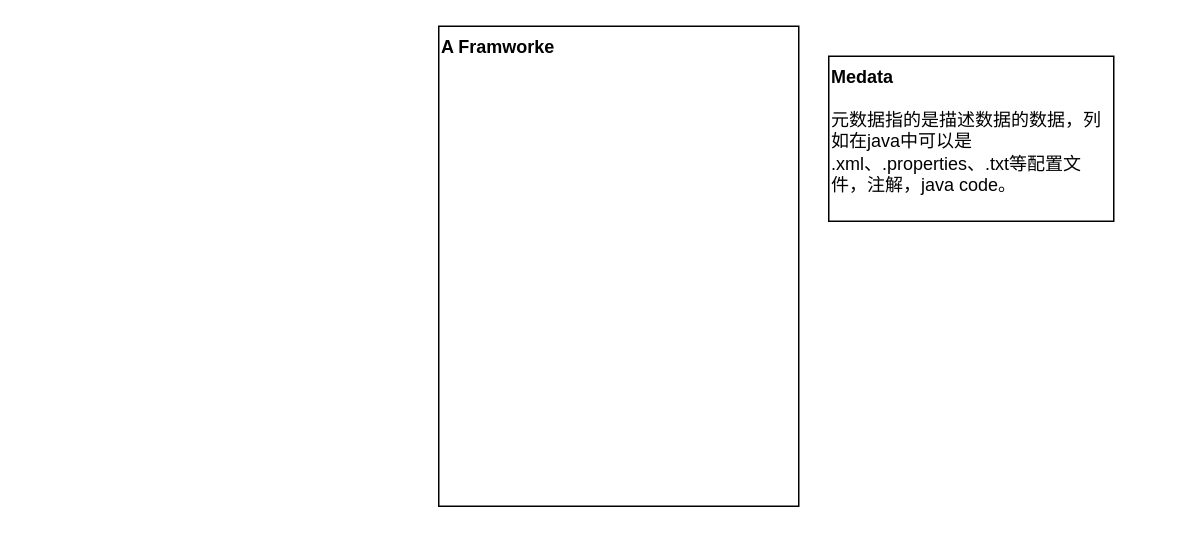
Before: Untitled Diagram.drawio in choustark/spring-framework, a draw.io diagram. Source tidied: cells renumbered, new cells numbered last; positions are measured from the earlier drawing's top-left corner, leaving out a move shared by most shapes. Both pictures are drawn from the tidied source at 150%, with x=0, y=0 at pixel (438, 26).
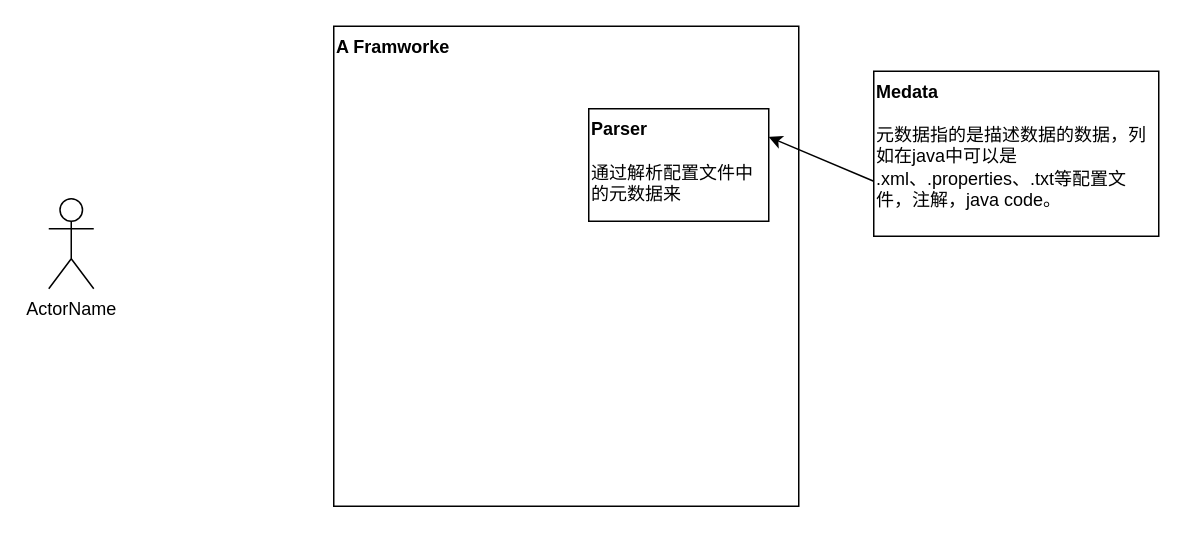
The same diagram, later.

The edit, as a diff of the source:
```diff
@@
 <mxGraphModel>
   <root>
     <mxCell id="0" />
     <mxCell id="1" parent="0" />
     <mxCell id="2" value="&lt;b&gt;A Framworke&lt;/b&gt;" style="rounded=0;whiteSpace=wrap;html=1;align=left;verticalAlign=top;" parent="1" vertex="1">
-      <mxGeometry width="240" height="320" as="geometry" />
+      <mxGeometry x="-70" width="310" height="320" as="geometry" />
     </mxCell>
     <mxCell id="3" value="&lt;b&gt;Medata&lt;/b&gt;&lt;br&gt;&lt;br&gt;元数据指的是描述数据的数据，列如在java中可以是 .xml、.properties、.txt等配置文件，注解，java code。" style="rounded=0;whiteSpace=wrap;html=1;verticalAlign=top;align=left;" parent="1" vertex="1">
-      <mxGeometry x="260" y="20" width="190" height="110" as="geometry" />
+      <mxGeometry x="290" y="30" width="190" height="110" as="geometry" />
     </mxCell>
+    <mxCell id="4" value="&lt;b&gt;Parser&lt;/b&gt;&lt;br&gt;&lt;br&gt;通过解析配置文件中的元数据来" style="rounded=0;whiteSpace=wrap;html=1;verticalAlign=top;align=left;" parent="1" vertex="1">
+      <mxGeometry x="100" y="55" width="120" height="75" as="geometry" />
+    </mxCell>
+    <mxCell id="5" value="ActorName" style="shape=umlActor;html=1;verticalLabelPosition=bottom;verticalAlign=top;align=center;" parent="1" vertex="1">
+      <mxGeometry x="-260" y="115" width="30" height="60" as="geometry" />
+    </mxCell>
+    <mxCell id="6" style="endArrow=classic;html=1;rounded=0;exitX=0;exitY=0.667;exitDx=0;exitDy=0;exitPerimeter=0;entryX=1;entryY=0.25;entryDx=0;entryDy=0;" parent="1" edge="1" source="3" target="4">
+      <mxGeometry relative="1" as="geometry" />
+    </mxCell>
   </root>
 </mxGraphModel>
```
